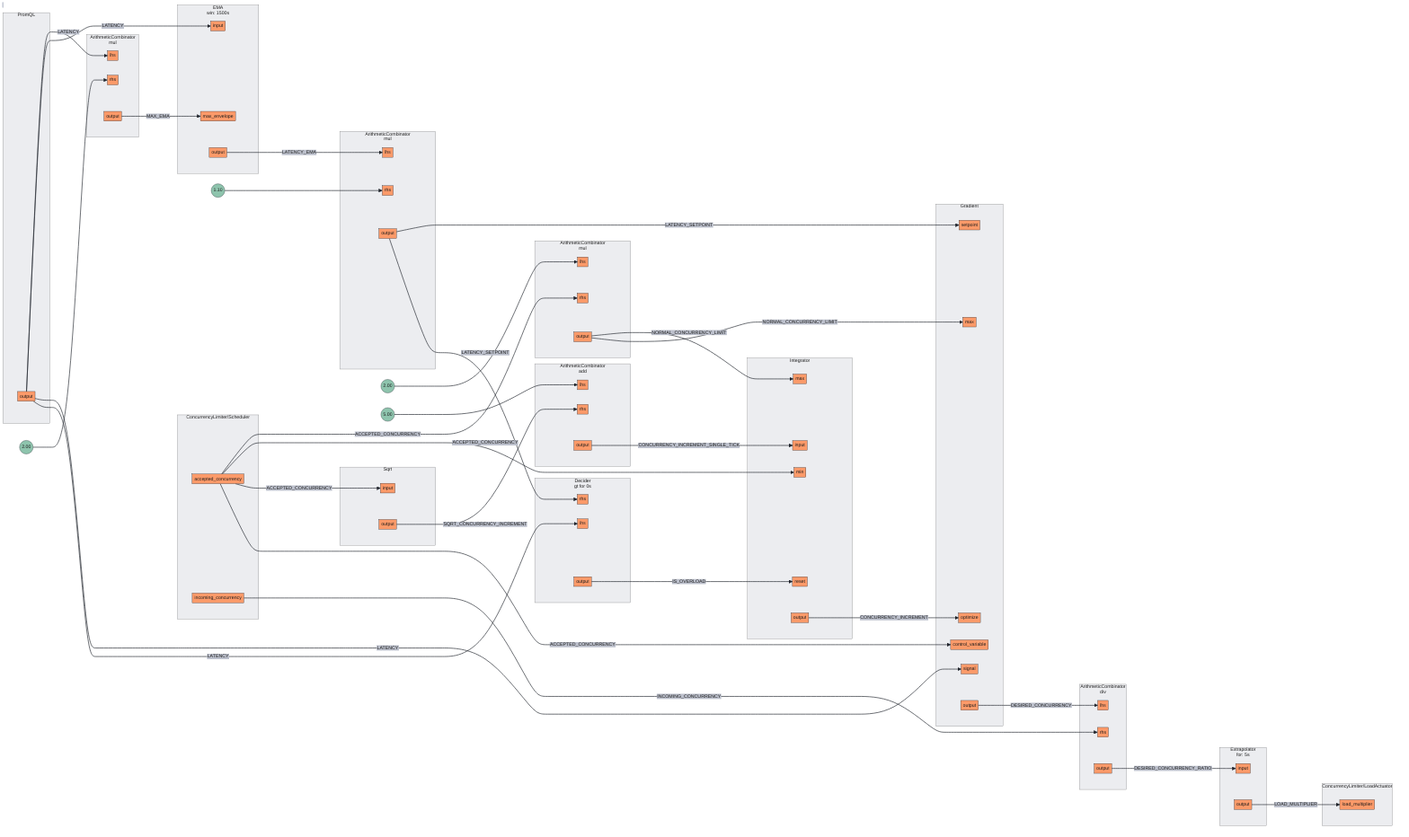
Before: docs/content/tutorials/flow-control/concurrency-limiting/assets/basic-concurrency-limiting/basic-concurrency-limiting.mmd.png, a diagram exported from Mermaid (dataongunlaws/aperture). Its source is kept beside it as docs/content/tutorials/flow-control/concurrency-limiting/assets/basic-concurrency-limiting/basic-concurrency-limiting.mmd.
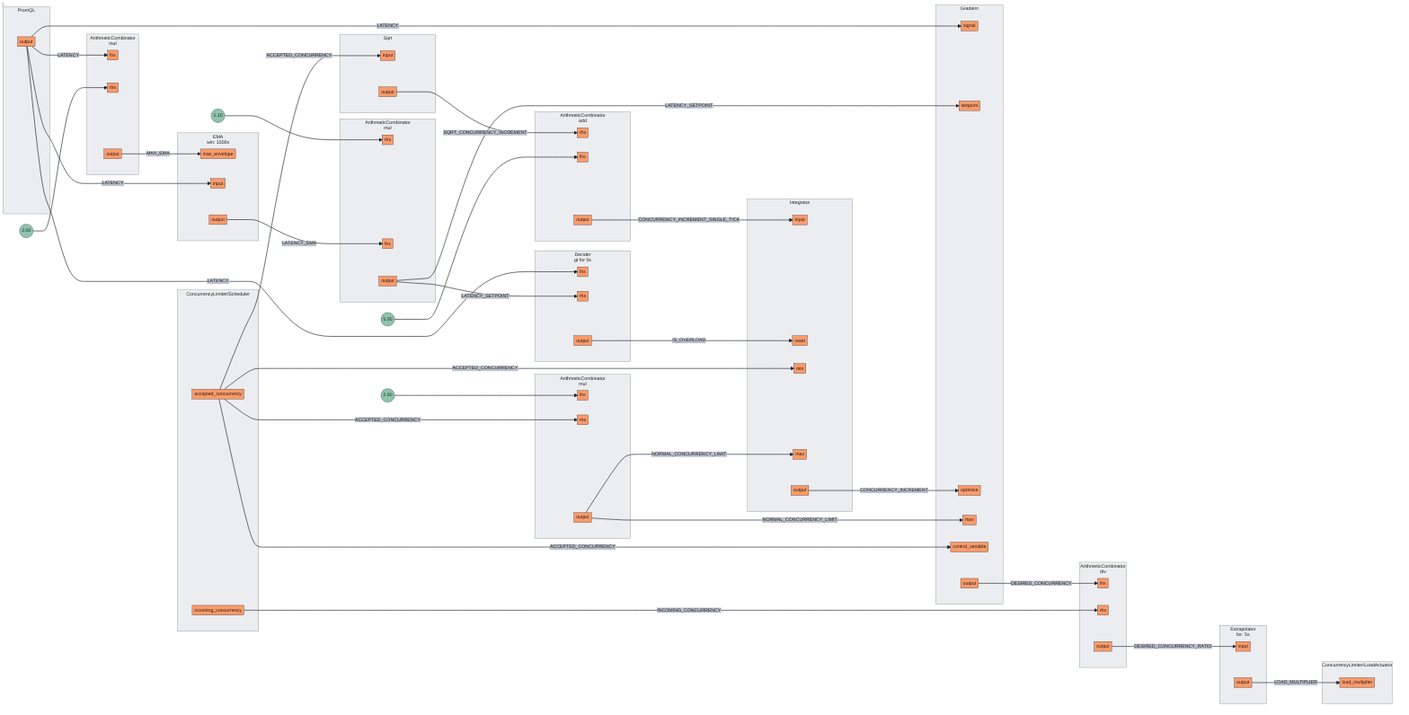
The same diagram one commit later.

What changed in the source:
```diff
@@ -15,8 +15,8 @@
 subgraph 1[<center>ArithmeticCombinator<br/>mul</center>]
 subgraph 1_inports[ ]
 style 1_inports fill:none,stroke:none
+1rhs[rhs]
 1lhs[lhs]
-1rhs[rhs]
 end
 subgraph 1_outports[ ]
 style 1_outports fill:none,stroke:none
@@ -65,10 +65,10 @@
 subgraph 5[Integrator]
 subgraph 5_inports[ ]
 style 5_inports fill:none,stroke:none
-5max[max]
 5input[input]
 5reset[reset]
 5min[min]
+5max[max]
 end
 subgraph 5_outports[ ]
 style 5_outports fill:none,stroke:none
@@ -94,8 +94,8 @@
 subgraph 8[<center>EMA<br/>win: 1500s</center>]
 subgraph 8_inports[ ]
 style 8_inports fill:none,stroke:none
+8max_envelope[max_envelope]
 8input[input]
-8max_envelope[max_envelope]
 end
 subgraph 8_outports[ ]
 style 8_outports fill:none,stroke:none
@@ -105,11 +105,11 @@
 subgraph 9[Gradient]
 subgraph 9_inports[ ]
 style 9_inports fill:none,stroke:none
-9control_variable[control_variable]
 9signal[signal]
 9setpoint[setpoint]
 9optimize[optimize]
 9max[max]
+9control_variable[control_variable]
 end
 subgraph 9_outports[ ]
 style 9_outports fill:none,stroke:none
@@ -150,25 +150,25 @@
 12output[output]
 end
 end
-0output --> |MAX_EMA| 8max_envelope
-5output --> |CONCURRENCY_INCREMENT| 9optimize
-8output --> |LATENCY_EMA| 1lhs
-9output --> |DESIRED_CONCURRENCY| 2lhs
+4output --> |CONCURRENCY_INCREMENT_SINGLE_TICK| 5input
 11.Scheduleraccepted_concurrency --> |ACCEPTED_CONCURRENCY| 3rhs
 11.Scheduleraccepted_concurrency --> |ACCEPTED_CONCURRENCY| 5min
 11.Scheduleraccepted_concurrency --> |ACCEPTED_CONCURRENCY| 6input
 11.Scheduleraccepted_concurrency --> |ACCEPTED_CONCURRENCY| 9control_variable
-1output --> |LATENCY_SETPOINT| 9setpoint
-1output --> |LATENCY_SETPOINT| 12rhs
+11.Schedulerincoming_concurrency --> |INCOMING_CONCURRENCY| 2rhs
 2output --> |DESIRED_CONCURRENCY_RATIO| 10input
-4output --> |CONCURRENCY_INCREMENT_SINGLE_TICK| 5input
+10output --> |LOAD_MULTIPLIER| 11.LoadActuatorload_multiplier
 7output --> |LATENCY| 0lhs
 7output --> |LATENCY| 8input
 7output --> |LATENCY| 9signal
 7output --> |LATENCY| 12lhs
-10output --> |LOAD_MULTIPLIER| 11.LoadActuatorload_multiplier
+9output --> |DESIRED_CONCURRENCY| 2lhs
+12output --> |IS_OVERLOAD| 5reset
+0output --> |MAX_EMA| 8max_envelope
+5output --> |CONCURRENCY_INCREMENT| 9optimize
+6output --> |SQRT_CONCURRENCY_INCREMENT| 4rhs
+8output --> |LATENCY_EMA| 1lhs
+1output --> |LATENCY_SETPOINT| 9setpoint
+1output --> |LATENCY_SETPOINT| 12rhs
 3output --> |NORMAL_CONCURRENCY_LIMIT| 5max
 3output --> |NORMAL_CONCURRENCY_LIMIT| 9max
-6output --> |SQRT_CONCURRENCY_INCREMENT| 4rhs
-11.Schedulerincoming_concurrency --> |INCOMING_CONCURRENCY| 2rhs
-12output --> |IS_OVERLOAD| 5reset
```
